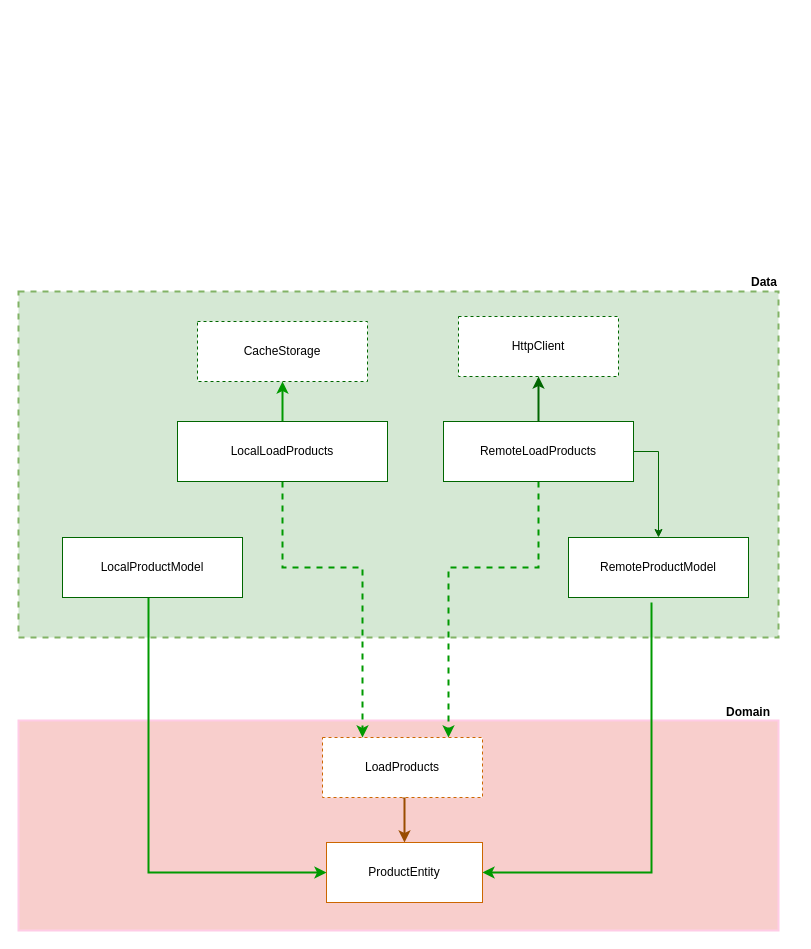
Before: page "Products" (4 of 4) of diagrams/authentication_use_case.drawio in rrs-sistema/mobile-sales-micros-services, a draw.io diagram. Source tidied: cells renumbered, new cells numbered last; positions are measured from the earlier drawing's top-left corner, leaving out a move shared by most shapes. Both pictures are drawn from the tidied source at 100%, with x=0, y=0 at pixel (18, 267).
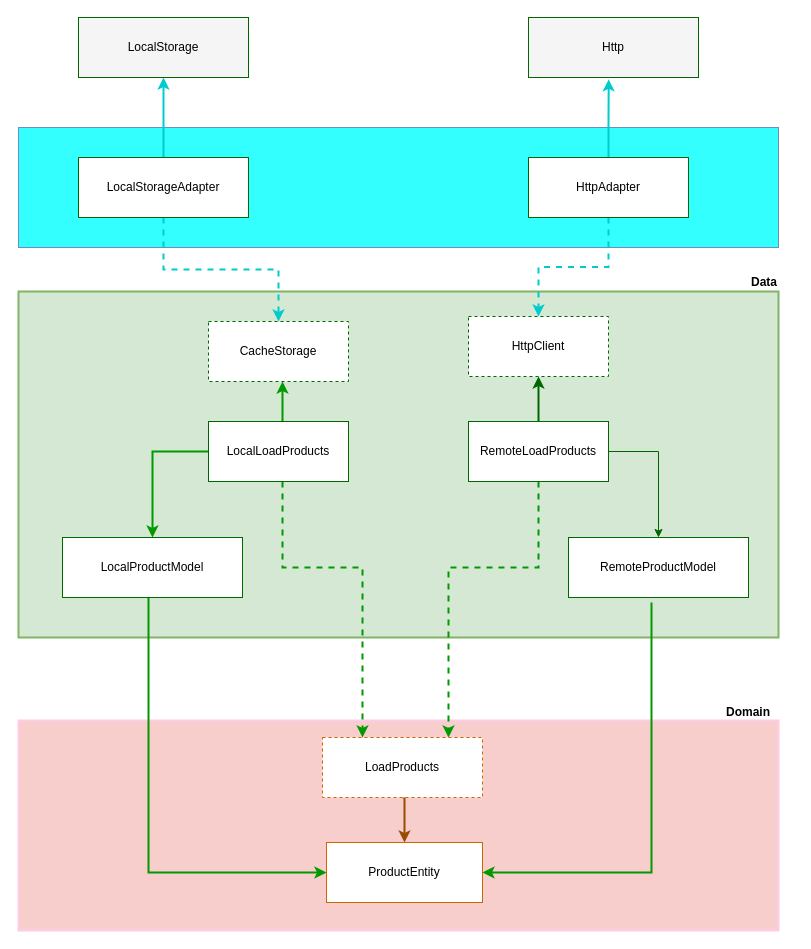
Above is the later version.

The change refers to these unchanged cells:
```xml
<mxCell id="21" value="LocalProductModel" style="rounded=0;whiteSpace=wrap;html=1;strokeColor=#006600;strokeWidth=1;fillColor=default;" parent="1" vertex="1">
  <mxGeometry x="44" y="270" width="180" height="60" as="geometry" />
</mxCell>
```

The edit, as a diff of the source:
```diff
@@
+    <mxCell id="22" style="rounded=0;whiteSpace=wrap;html=1;fillColor=#33FFFF;strokeColor=#6c8ebf;" parent="1" vertex="1">
+      <mxGeometry y="-140" width="760" height="120" as="geometry" />
+    </mxCell>
-    <mxCell id="2" style="rounded=0;whiteSpace=wrap;html=1;fillColor=#d5e8d4;strokeColor=#82b366;strokeWidth=2;dashed=1;" parent="1" vertex="1">
+    <mxCell id="2" style="rounded=0;whiteSpace=wrap;html=1;fillColor=#d5e8d4;strokeColor=#82b366;strokeWidth=2;" parent="1" vertex="1">
       <mxGeometry y="24" width="760" height="346" as="geometry" />
     </mxCell>
@@
     <mxCell id="4" value="HttpClient" style="rounded=0;whiteSpace=wrap;html=1;strokeColor=#006600;strokeWidth=1;fillColor=default;dashed=1;" parent="1" vertex="1">
-      <mxGeometry x="440" y="49" width="160" height="60" as="geometry" />
+      <mxGeometry x="450" y="49" width="140" height="60" as="geometry" />
     </mxCell>
@@
     <mxCell id="8" value="RemoteLoadProducts" style="rounded=0;whiteSpace=wrap;html=1;strokeColor=#006600;strokeWidth=1;fillColor=default;" parent="1" vertex="1">
-      <mxGeometry x="425" y="154" width="190" height="60" as="geometry" />
+      <mxGeometry x="450" y="154" width="140" height="60" as="geometry" />
     </mxCell>
@@
+    <mxCell id="23" style="edgeStyle=orthogonalEdgeStyle;rounded=0;jettySize=auto;html=1;entryX=0.5;entryY=0;entryDx=0;entryDy=0;strokeWidth=2;strokeColor=#009900;" parent="1" edge="1" source="16" target="21">
+      <mxGeometry relative="1" as="geometry">
+        <Array as="points">
+          <mxPoint x="134" y="184" />
+        </Array>
+      </mxGeometry>
+    </mxCell>
     <mxCell id="16" value="LocalLoadProducts" style="rounded=0;whiteSpace=wrap;html=1;strokeColor=#006600;strokeWidth=1;fillColor=default;" parent="1" vertex="1">
-      <mxGeometry x="159" y="154" width="210" height="60" as="geometry" />
+      <mxGeometry x="190" y="154" width="140" height="60" as="geometry" />
     </mxCell>
@@
     <mxCell id="19" value="CacheStorage" style="rounded=0;whiteSpace=wrap;html=1;strokeColor=#006600;strokeWidth=1;fillColor=default;dashed=1;" parent="1" vertex="1">
-      <mxGeometry x="179" y="54" width="170" height="60" as="geometry" />
+      <mxGeometry x="190" y="54" width="140" height="60" as="geometry" />
     </mxCell>
@@
+    <mxCell id="24" style="edgeStyle=orthogonalEdgeStyle;rounded=0;jettySize=auto;html=1;dashed=1;strokeColor=#00CCCC;strokeWidth=2;" parent="1" edge="1" source="26" target="4">
+      <mxGeometry relative="1" as="geometry" />
+    </mxCell>
+    <mxCell id="25" style="edgeStyle=orthogonalEdgeStyle;rounded=0;jettySize=auto;html=1;entryX=0.472;entryY=1.031;entryDx=0;entryDy=0;entryPerimeter=0;strokeColor=#00CCCC;strokeWidth=2;" parent="1" edge="1" source="26" target="31">
+      <mxGeometry relative="1" as="geometry" />
+    </mxCell>
+    <mxCell id="26" value="HttpAdapter" style="rounded=0;whiteSpace=wrap;html=1;strokeColor=#006600;strokeWidth=1;fillColor=default;" parent="1" vertex="1">
+      <mxGeometry x="510" y="-110" width="160" height="60" as="geometry" />
+    </mxCell>
+    <mxCell id="27" style="edgeStyle=orthogonalEdgeStyle;rounded=0;jettySize=auto;html=1;strokeColor=#00CCCC;strokeWidth=2;dashed=1;" parent="1" edge="1" source="29" target="19">
+      <mxGeometry relative="1" as="geometry" />
+    </mxCell>
+    <mxCell id="28" style="edgeStyle=orthogonalEdgeStyle;rounded=0;jettySize=auto;html=1;entryX=0.5;entryY=1;entryDx=0;entryDy=0;strokeColor=#00CCCC;strokeWidth=2;" parent="1" edge="1" source="29" target="30">
+      <mxGeometry relative="1" as="geometry" />
+    </mxCell>
+    <mxCell id="29" value="LocalStorageAdapter" style="rounded=0;whiteSpace=wrap;html=1;strokeColor=#006600;strokeWidth=1;fillColor=default;" parent="1" vertex="1">
+      <mxGeometry x="60" y="-110" width="170" height="60" as="geometry" />
+    </mxCell>
+    <mxCell id="30" value="LocalStorage" style="rounded=0;whiteSpace=wrap;html=1;strokeColor=#006600;strokeWidth=1;fillColor=#F5F5F5;" parent="1" vertex="1">
+      <mxGeometry x="60" y="-250" width="170" height="60" as="geometry" />
+    </mxCell>
+    <mxCell id="31" value="Http" style="rounded=0;whiteSpace=wrap;html=1;strokeColor=#006600;strokeWidth=1;fillColor=#F5F5F5;" parent="1" vertex="1">
+      <mxGeometry x="510" y="-250" width="170" height="60" as="geometry" />
+    </mxCell>
```
